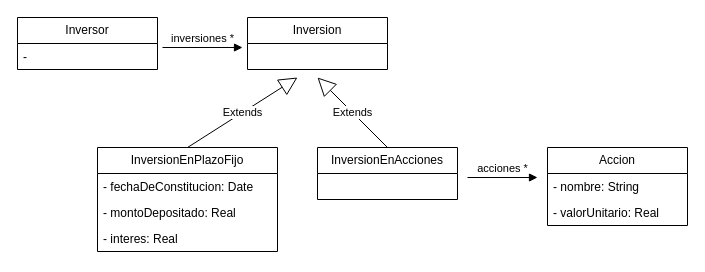
Earlier version of the draw.io diagram ejercicio3.drawio (felirojas12/OO1). Source tidied: cells renumbered, new cells numbered last; positions are measured from the earlier drawing's top-left corner, leaving out a move shared by most shapes. Both pictures are drawn from the tidied source at 100%, with x=0, y=0 at pixel (17, 17).
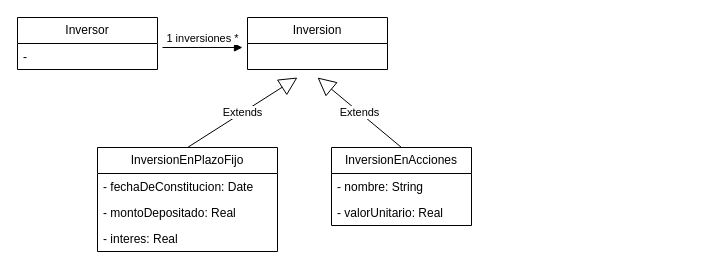
The same diagram, later.

Diff of the diagram source:
```diff
@@
-    <mxCell id="9" value="InversionEnAcciones" style="swimlane;fontStyle=0;horizontal=1;startSize=26;fillColor=none;whiteSpace=wrap;html=1;" parent="1" vertex="1">
-      <mxGeometry x="300" y="130" width="140" height="52" as="geometry" />
-    </mxCell>
-    <mxCell id="10" value="Extends" style="endArrow=block;endSize=16;endFill=0;html=1;rounded=0;" parent="9" edge="1">
-      <mxGeometry relative="1" as="geometry">
-        <mxPoint x="70" as="sourcePoint" />
-        <mxPoint y="-70" as="targetPoint" />
-      </mxGeometry>
-    </mxCell>
-    <mxCell id="11" value="Accion" style="swimlane;fontStyle=0;horizontal=1;startSize=26;fillColor=none;whiteSpace=wrap;html=1;" parent="1" vertex="1">
-      <mxGeometry x="530" y="130" width="140" height="78" as="geometry" />
+    <mxCell id="11" value="InversionEnAcciones" style="swimlane;fontStyle=0;horizontal=1;startSize=26;fillColor=none;whiteSpace=wrap;html=1;" parent="1" vertex="1">
+      <mxGeometry x="314" y="130" width="140" height="78" as="geometry" />
     </mxCell>
@@
-    <mxCell id="14" value="inversiones *" style="html=1;verticalAlign=bottom;endArrow=block;curved=0;rounded=0;" parent="1" edge="1">
+    <mxCell id="14" value="1 inversiones *" style="html=1;verticalAlign=bottom;endArrow=block;curved=0;rounded=0;" parent="1" edge="1">
       <mxGeometry relative="1" as="geometry">
         <mxPoint x="145" y="30" as="sourcePoint" />
         <mxPoint x="225" y="30" as="targetPoint" />
       </mxGeometry>
     </mxCell>
@@
-    <mxCell id="16" value="acciones *" style="html=1;verticalAlign=bottom;endArrow=block;curved=0;rounded=0;" parent="1" edge="1">
-      <mxGeometry x="0.01" relative="1" as="geometry">
-        <mxPoint x="450" y="160" as="sourcePoint" />
-        <mxPoint x="520" y="160" as="targetPoint" />
-      </mxGeometry>
-    </mxCell>
+    <mxCell id="10" value="Extends" style="endArrow=block;endSize=16;endFill=0;html=1;rounded=0;exitX=0.5;exitY=0;exitDx=0;exitDy=0;" parent="1" edge="1" source="11">
+      <mxGeometry relative="1" as="geometry">
+        <mxPoint x="300" y="60" as="targetPoint" />
+      </mxGeometry>
+    </mxCell>
```
